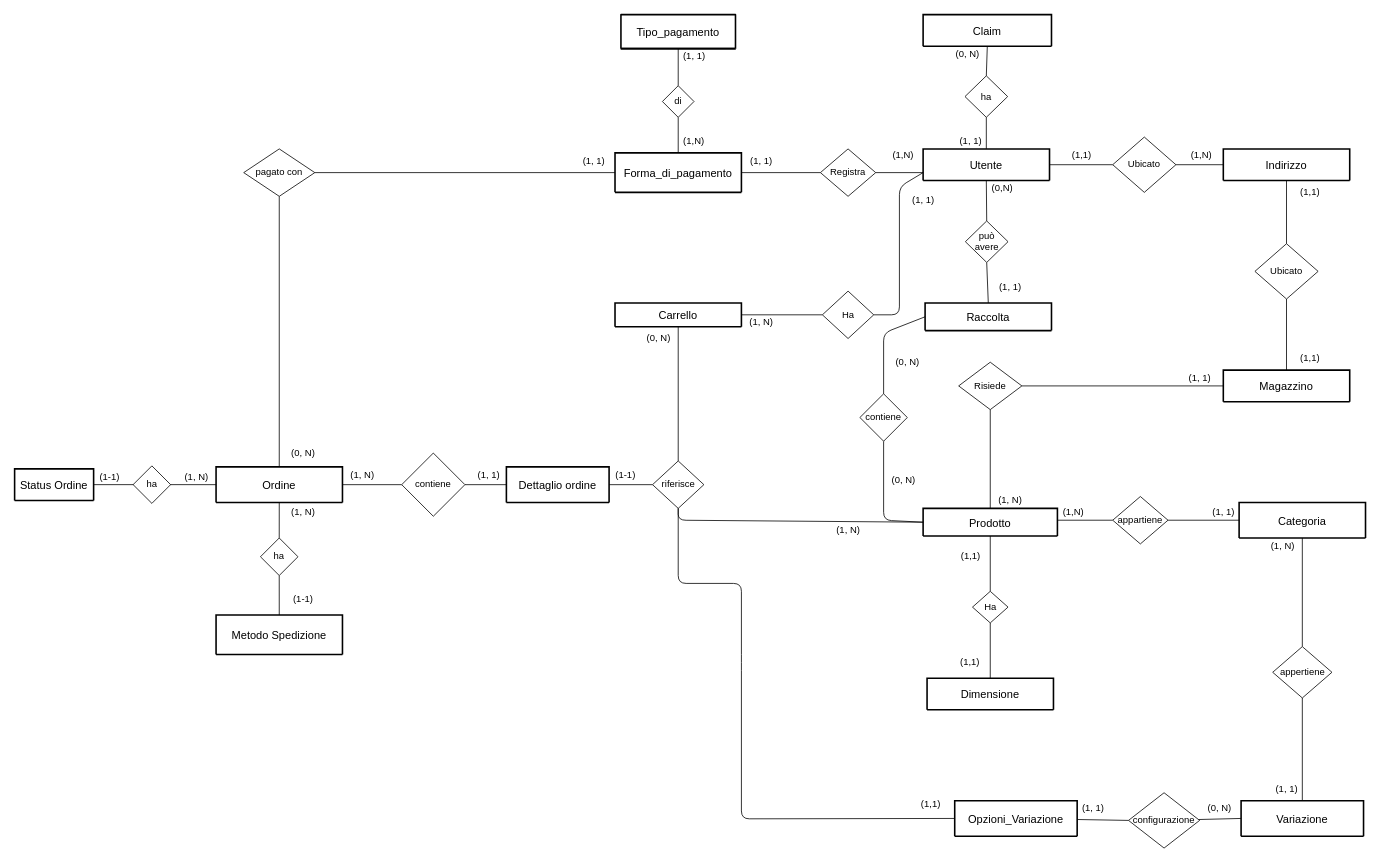
Above: doc/schema_scheletro.drawio in EndriDomiUni/E-commerce (draw.io), before the change. Source tidied: cells renumbered, new cells numbered last; positions are measured from the earlier drawing's top-left corner, leaving out a move shared by most shapes. Both pictures are drawn from the tidied source at 79%, with x=0, y=0 at pixel (14, 14).
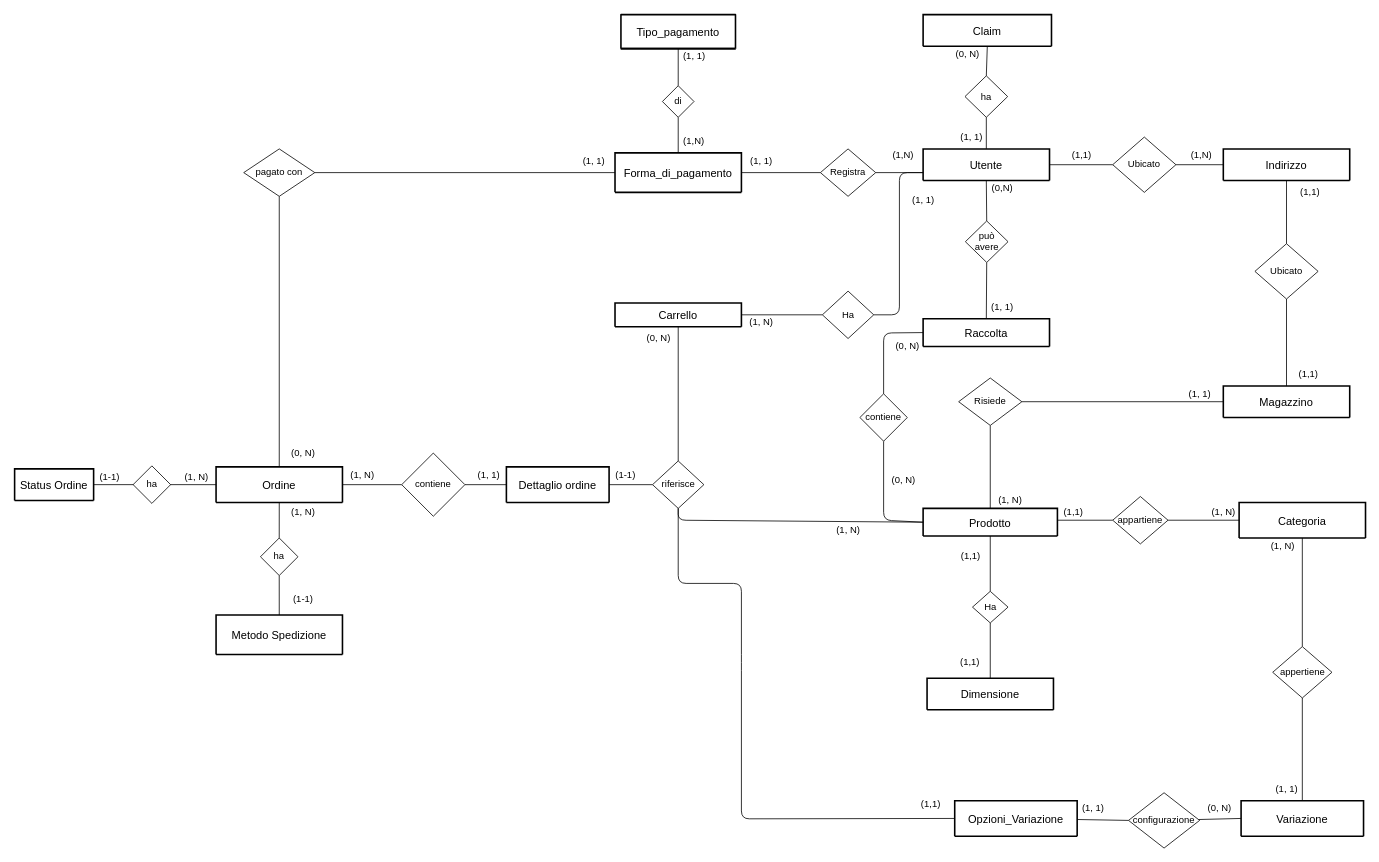
After the change.

The change refers to these unchanged cells:
```xml
<mxCell id="2" value="Utente" style="swimlane;horizontal=1;startSize=130;rounded=1;fontSize=14;fontStyle=0;strokeWidth=2;shadow=0;dashed=0;align=center;" parent="1" vertex="1">
  <mxGeometry x="1150" y="170" width="160" height="40" as="geometry" />
</mxCell>
<mxCell id="19" value="Ha" style="shape=rhombus;perimeter=rhombusPerimeter;whiteSpace=wrap;html=1;align=center;" parent="1" vertex="1">
  <mxGeometry x="1022.5" y="350" width="65" height="60" as="geometry" />
</mxCell>
```

The edit, as a diff of the source:
```diff
@@
     <mxCell id="17" style="edgeStyle=none;html=1;exitX=1;exitY=0.5;exitDx=0;exitDy=0;entryX=0;entryY=0.75;entryDx=0;entryDy=0;endArrow=none;endFill=0;" parent="1" edge="1" source="19" target="2">
       <mxGeometry relative="1" as="geometry">
         <Array as="points">
           <mxPoint x="1120" y="380" />
-          <mxPoint x="1120" y="218" />
+          <mxPoint x="1120" y="200" />
         </Array>
       </mxGeometry>
     </mxCell>
@@
     <mxCell id="33" value="Magazzino" style="swimlane;horizontal=1;startSize=100;rounded=1;fontSize=14;fontStyle=0;strokeWidth=2;shadow=0;dashed=0;align=center;" parent="1" vertex="1">
-      <mxGeometry x="1530" y="450" width="160" height="40" as="geometry" />
+      <mxGeometry x="1530" y="470" width="160" height="40" as="geometry" />
     </mxCell>
@@
     <mxCell id="43" value="Risiede" style="shape=rhombus;perimeter=rhombusPerimeter;whiteSpace=wrap;html=1;align=center;" parent="1" vertex="1">
-      <mxGeometry x="1195" y="440" width="80" height="60" as="geometry" />
+      <mxGeometry x="1195" y="460" width="80" height="60" as="geometry" />
     </mxCell>
@@
-    <mxCell id="52" value="(1,N)" style="text;html=1;align=center;verticalAlign=middle;strokeColor=none;fillColor=none;" parent="1" vertex="1">
+    <mxCell id="52" value="(1,1)" style="text;html=1;align=center;verticalAlign=middle;strokeColor=none;fillColor=none;" parent="1" vertex="1">
       <mxGeometry x="1320" y="620" width="40" height="20" as="geometry" />
     </mxCell>
@@
-    <mxCell id="54" value="(1, 1)" style="text;html=1;align=center;verticalAlign=middle;strokeColor=none;fillColor=none;" parent="1" vertex="1">
-      <mxGeometry x="1510" y="620" width="40" height="20" as="geometry" />
+    <mxCell id="54" value="(1, N)" style="text;html=1;align=center;verticalAlign=middle;strokeColor=none;fillColor=none;" parent="1" vertex="1">
+      <mxGeometry x="1505" y="620" width="50" height="20" as="geometry" />
     </mxCell>
@@
     <mxCell id="63" value="(1,1)" style="text;html=1;strokeColor=none;fillColor=none;align=center;verticalAlign=middle;whiteSpace=wrap;rounded=0;" parent="1" vertex="1">
-      <mxGeometry x="1610" y="420" width="60" height="30" as="geometry" />
+      <mxGeometry x="1607.5" y="440" width="60" height="30" as="geometry" />
     </mxCell>
@@
     <mxCell id="65" value="(1, 1)" style="text;html=1;align=center;verticalAlign=middle;strokeColor=none;fillColor=none;" parent="1" vertex="1">
-      <mxGeometry x="1480" y="450" width="40" height="20" as="geometry" />
+      <mxGeometry x="1480" y="470" width="40" height="20" as="geometry" />
     </mxCell>
@@
     <mxCell id="90" value="Raccolta" style="swimlane;horizontal=1;startSize=65;rounded=1;fontSize=14;fontStyle=0;strokeWidth=2;shadow=0;dashed=0;align=center;" parent="1" vertex="1">
-      <mxGeometry x="1152.5" y="365" width="160" height="35" as="geometry" />
+      <mxGeometry x="1150" y="385" width="160" height="35" as="geometry" />
     </mxCell>
@@
     <mxCell id="97" value="(1, 1)" style="text;html=1;align=center;verticalAlign=middle;strokeColor=none;fillColor=none;" parent="1" vertex="1">
-      <mxGeometry x="1240" y="335" width="40" height="20" as="geometry" />
+      <mxGeometry x="1230" y="360" width="40" height="20" as="geometry" />
     </mxCell>
@@
     <mxCell id="100" value="(0, N)" style="text;html=1;align=center;verticalAlign=middle;strokeColor=none;fillColor=none;" parent="1" vertex="1">
-      <mxGeometry x="1105" y="430" width="50" height="20" as="geometry" />
+      <mxGeometry x="1105" y="410" width="50" height="20" as="geometry" />
     </mxCell>
@@
     <mxCell id="103" value="(1, 1)" style="text;html=1;align=center;verticalAlign=middle;strokeColor=none;fillColor=none;" parent="1" vertex="1">
-      <mxGeometry x="1190" y="150" width="40" height="20" as="geometry" />
+      <mxGeometry x="1191" y="145" width="40" height="20" as="geometry" />
     </mxCell>
```
